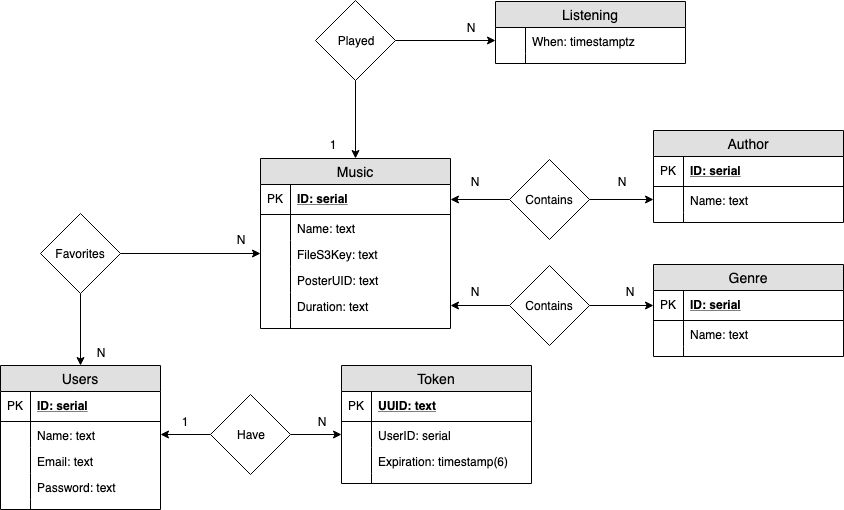
This is Miraculous Database Model.png from almeidaws/tcc, a draw.io export, as it was before one commit. Source tidied: cells renumbered, new cells last; positions are measured from the earlier drawing's top-left corner, leaving out a move shared by most shapes.
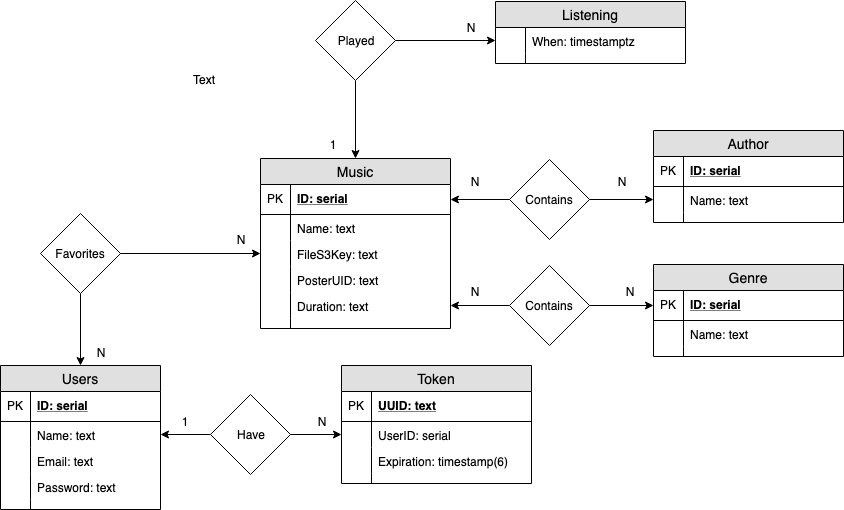
After the change.

Change to the diagram source:
```diff
@@ -233,5 +233,8 @@
     <mxCell id="78" value="1" style="text;html=1;strokeColor=none;fillColor=none;align=center;verticalAlign=middle;whiteSpace=wrap;rounded=0;" parent="1" vertex="1">
       <mxGeometry x="312" y="134" width="40" height="20" as="geometry" />
     </mxCell>
+    <mxCell id="79" value="Text" style="text;html=1;align=left;verticalAlign=top;spacingTop=-4;" parent="1" vertex="1">
+      <mxGeometry x="191" y="70" width="40" height="20" as="geometry" />
+    </mxCell>
   </root>
 </mxGraphModel>
```
